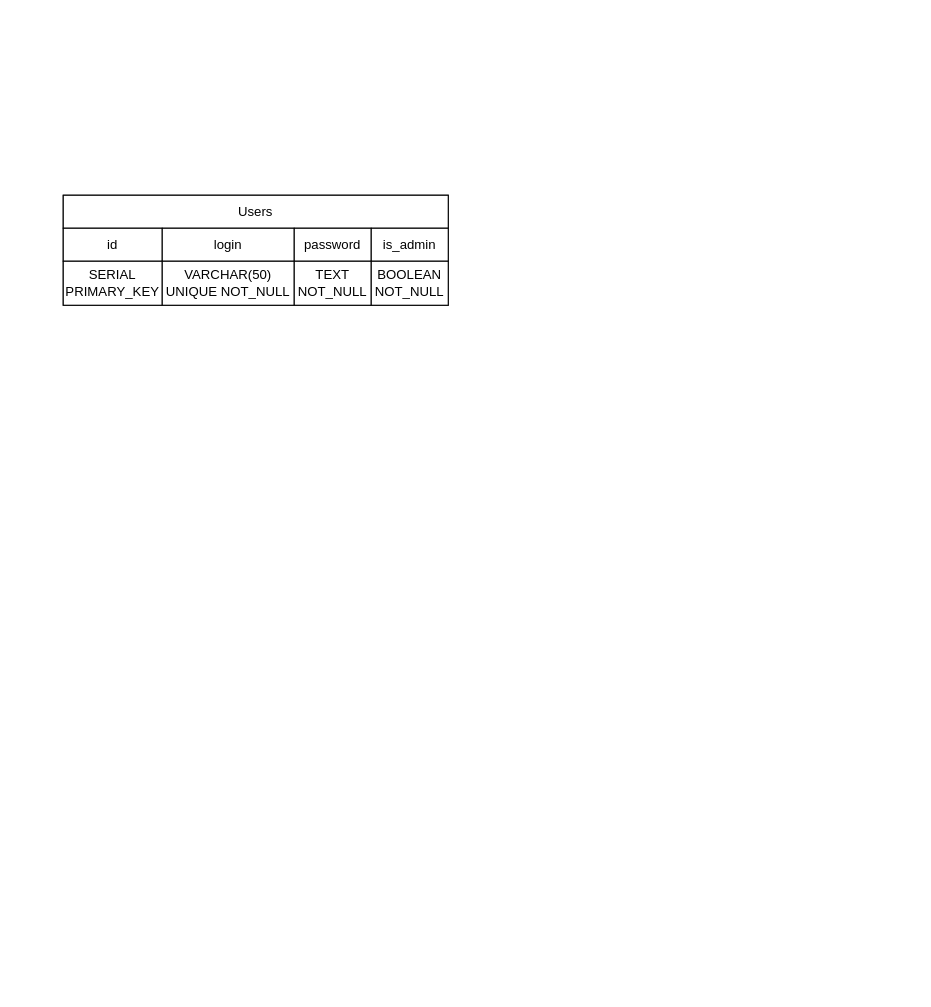
This is DB_Structure.drawio from daedalus707/ProjektWD, a draw.io file, before an edit. Source tidied: cells renumbered, new cells numbered last; positions are measured from the earlier drawing's top-left corner, leaving out a move shared by most shapes. Both pictures are drawn from the tidied source at 110%, with x=0, y=0 at pixel (63, 195).
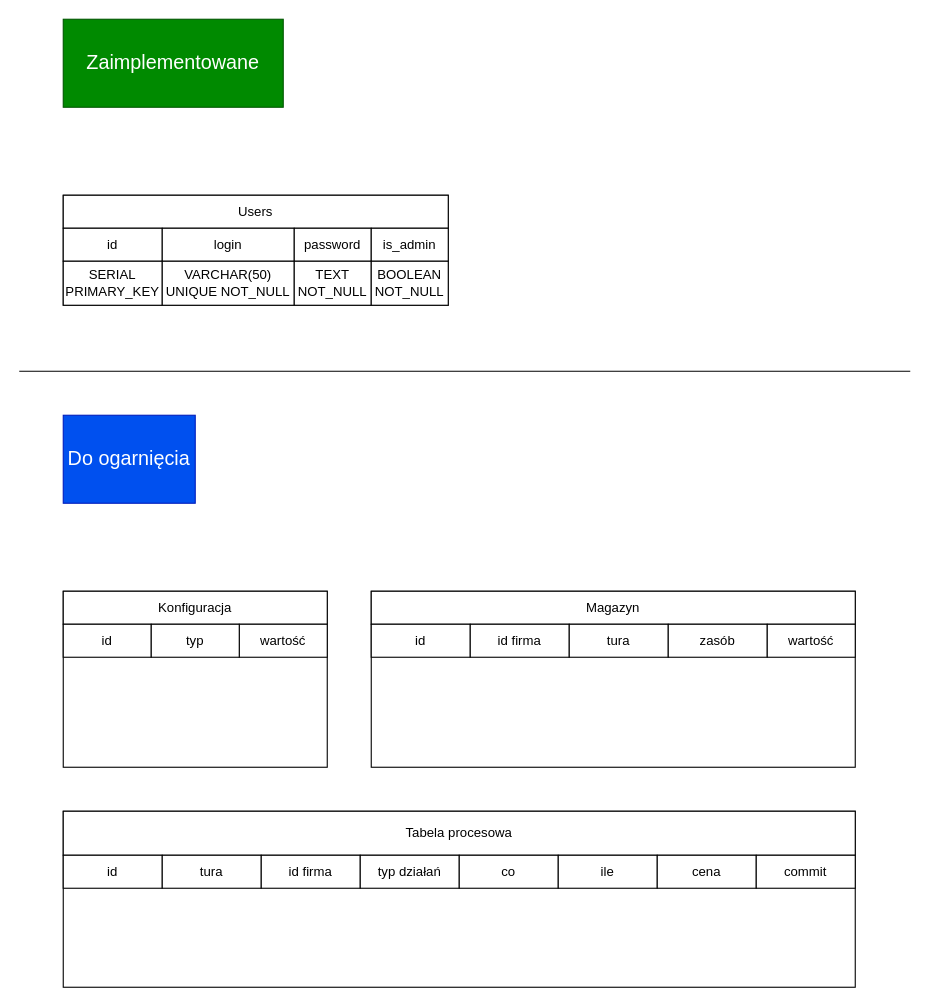
After the change.

Diff of the diagram source:
```diff
@@
+    <mxCell id="12" style="rounded=0;whiteSpace=wrap;html=1;" parent="1" vertex="1">
+      <mxGeometry y="360" width="240" height="160" as="geometry" />
+    </mxCell>
+    <mxCell id="13" style="endArrow=none;html=1;rounded=0;" parent="1" edge="1">
+      <mxGeometry relative="1" as="geometry">
+        <mxPoint x="-40" y="160" as="sourcePoint" />
+        <mxPoint x="770" y="160" as="targetPoint" />
+      </mxGeometry>
+    </mxCell>
+    <mxCell id="14" style="rounded=0;whiteSpace=wrap;html=1;" parent="1" vertex="1">
+      <mxGeometry y="560" width="720" height="160" as="geometry" />
+    </mxCell>
+    <mxCell id="15" style="rounded=0;whiteSpace=wrap;html=1;" parent="1" vertex="1">
+      <mxGeometry x="280" y="360" width="440" height="160" as="geometry" />
+    </mxCell>
+    <mxCell id="16" value="Konfiguracja" style="rounded=0;whiteSpace=wrap;html=1;" parent="1" vertex="1">
+      <mxGeometry y="360" width="240" height="30" as="geometry" />
+    </mxCell>
+    <mxCell id="17" value="Tabela procesowa" style="rounded=0;whiteSpace=wrap;html=1;" parent="1" vertex="1">
+      <mxGeometry y="560" width="720" height="40" as="geometry" />
+    </mxCell>
+    <mxCell id="18" value="Magazyn" style="rounded=0;whiteSpace=wrap;html=1;" parent="1" vertex="1">
+      <mxGeometry x="280" y="360" width="440" height="30" as="geometry" />
+    </mxCell>
+    <mxCell id="19" value="id" style="rounded=0;whiteSpace=wrap;html=1;" parent="1" vertex="1">
+      <mxGeometry y="600" width="90" height="30" as="geometry" />
+    </mxCell>
+    <mxCell id="20" value="id" style="rounded=0;whiteSpace=wrap;html=1;" parent="1" vertex="1">
+      <mxGeometry y="390" width="80" height="30" as="geometry" />
+    </mxCell>
+    <mxCell id="21" value="wartość" style="rounded=0;whiteSpace=wrap;html=1;" parent="1" vertex="1">
+      <mxGeometry x="160" y="390" width="80" height="30" as="geometry" />
+    </mxCell>
+    <mxCell id="22" value="typ" style="rounded=0;whiteSpace=wrap;html=1;" parent="1" vertex="1">
+      <mxGeometry x="80" y="390" width="80" height="30" as="geometry" />
+    </mxCell>
+    <mxCell id="23" value="tura" style="rounded=0;whiteSpace=wrap;html=1;" parent="1" vertex="1">
+      <mxGeometry x="90" y="600" width="90" height="30" as="geometry" />
+    </mxCell>
+    <mxCell id="24" value="id firma" style="rounded=0;whiteSpace=wrap;html=1;" parent="1" vertex="1">
+      <mxGeometry x="180" y="600" width="90" height="30" as="geometry" />
+    </mxCell>
+    <mxCell id="25" value="typ działań" style="rounded=0;whiteSpace=wrap;html=1;" parent="1" vertex="1">
+      <mxGeometry x="270" y="600" width="90" height="30" as="geometry" />
+    </mxCell>
+    <mxCell id="26" value="co" style="rounded=0;whiteSpace=wrap;html=1;" parent="1" vertex="1">
+      <mxGeometry x="360" y="600" width="90" height="30" as="geometry" />
+    </mxCell>
+    <mxCell id="27" value="ile" style="rounded=0;whiteSpace=wrap;html=1;" parent="1" vertex="1">
+      <mxGeometry x="450" y="600" width="90" height="30" as="geometry" />
+    </mxCell>
+    <mxCell id="28" value="cena" style="rounded=0;whiteSpace=wrap;html=1;" parent="1" vertex="1">
+      <mxGeometry x="540" y="600" width="90" height="30" as="geometry" />
+    </mxCell>
+    <mxCell id="29" value="commit" style="rounded=0;whiteSpace=wrap;html=1;" parent="1" vertex="1">
+      <mxGeometry x="630" y="600" width="90" height="30" as="geometry" />
+    </mxCell>
+    <mxCell id="30" value="id" style="rounded=0;whiteSpace=wrap;html=1;" parent="1" vertex="1">
+      <mxGeometry x="280" y="390" width="90" height="30" as="geometry" />
+    </mxCell>
+    <mxCell id="31" value="id firma" style="rounded=0;whiteSpace=wrap;html=1;" parent="1" vertex="1">
+      <mxGeometry x="370" y="390" width="90" height="30" as="geometry" />
+    </mxCell>
+    <mxCell id="32" value="tura" style="rounded=0;whiteSpace=wrap;html=1;" parent="1" vertex="1">
+      <mxGeometry x="460" y="390" width="90" height="30" as="geometry" />
+    </mxCell>
+    <mxCell id="33" value="zasób" style="rounded=0;whiteSpace=wrap;html=1;" parent="1" vertex="1">
+      <mxGeometry x="550" y="390" width="90" height="30" as="geometry" />
+    </mxCell>
+    <mxCell id="34" value="wartość" style="rounded=0;whiteSpace=wrap;html=1;" parent="1" vertex="1">
+      <mxGeometry x="640" y="390" width="80" height="30" as="geometry" />
+    </mxCell>
+    <mxCell id="35" value="Do ogarnięcia" style="text;html=1;align=center;verticalAlign=middle;whiteSpace=wrap;rounded=0;strokeWidth=1;strokeColor=#001DBC;fontSize=18;fillColor=#0050ef;fontColor=#ffffff;" parent="1" vertex="1">
+      <mxGeometry y="200" width="120" height="80" as="geometry" />
+    </mxCell>
+    <mxCell id="36" value="Zaimplementowane" style="text;html=1;align=center;verticalAlign=middle;whiteSpace=wrap;rounded=0;strokeWidth=1;strokeColor=#005700;fontSize=18;fillColor=#008a00;fontColor=#ffffff;" parent="1" vertex="1">
+      <mxGeometry y="-160" width="200" height="80" as="geometry" />
+    </mxCell>
```
